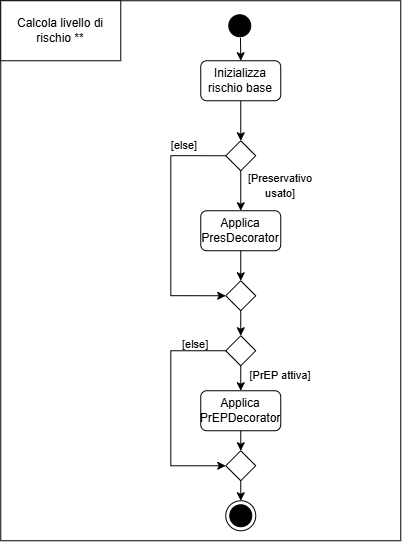
This is deliverables/AD-CalcolaRischio.png from Giulia120/TiRiguarda, a draw.io export, as it was before one commit. Source tidied: cells renumbered, new cells last; positions are measured from the earlier drawing's top-left corner, leaving out a move shared by most shapes. Its diagram source:
```xml
<mxGraphModel>
  <root>
    <mxCell id="0" />
    <mxCell id="1" parent="0" />
    <mxCell id="2" style="edgeStyle=orthogonalEdgeStyle;rounded=0;jettySize=auto;html=1;exitX=0.5;exitY=1;exitDx=0;exitDy=0;entryX=0.5;entryY=0;entryDx=0;entryDy=0;" parent="1" edge="1" source="3" target="6">
      <mxGeometry relative="1" as="geometry" />
    </mxCell>
    <mxCell id="3" value="Inizializza rischio base" style="rounded=1;whiteSpace=wrap;html=1;" parent="1" vertex="1">
      <mxGeometry x="200" y="60" width="80" height="40" as="geometry" />
    </mxCell>
    <mxCell id="4" style="edgeStyle=orthogonalEdgeStyle;rounded=0;jettySize=auto;html=1;exitX=0.5;exitY=1;exitDx=0;exitDy=0;" parent="1" edge="1" source="6" target="8">
      <mxGeometry relative="1" as="geometry" />
    </mxCell>
    <mxCell id="5" style="edgeStyle=orthogonalEdgeStyle;rounded=0;jettySize=auto;html=1;exitX=0;exitY=0.5;exitDx=0;exitDy=0;entryX=0;entryY=0.5;entryDx=0;entryDy=0;" parent="1" edge="1" source="6" target="10">
      <mxGeometry relative="1" as="geometry">
        <Array as="points">
          <mxPoint x="170" y="155" />
          <mxPoint x="170" y="295" />
        </Array>
      </mxGeometry>
    </mxCell>
    <mxCell id="6" style="rhombus;whiteSpace=wrap;html=1;" parent="1" vertex="1">
      <mxGeometry x="225" y="140" width="30" height="30" as="geometry" />
    </mxCell>
    <mxCell id="7" style="edgeStyle=orthogonalEdgeStyle;rounded=0;jettySize=auto;html=1;exitX=0.5;exitY=1;exitDx=0;exitDy=0;entryX=0.5;entryY=0;entryDx=0;entryDy=0;" parent="1" edge="1" source="8" target="10">
      <mxGeometry relative="1" as="geometry" />
    </mxCell>
    <mxCell id="8" value="Applica&lt;div&gt;PresDecorator&lt;/div&gt;" style="rounded=1;whiteSpace=wrap;html=1;" parent="1" vertex="1">
      <mxGeometry x="200" y="210" width="80" height="40" as="geometry" />
    </mxCell>
    <mxCell id="9" style="edgeStyle=orthogonalEdgeStyle;rounded=0;jettySize=auto;html=1;exitX=0.5;exitY=1;exitDx=0;exitDy=0;entryX=0.5;entryY=0;entryDx=0;entryDy=0;" parent="1" edge="1" source="10" target="15">
      <mxGeometry relative="1" as="geometry" />
    </mxCell>
    <mxCell id="10" style="rhombus;whiteSpace=wrap;html=1;" parent="1" vertex="1">
      <mxGeometry x="225" y="280" width="30" height="30" as="geometry" />
    </mxCell>
    <mxCell id="11" style="edgeStyle=orthogonalEdgeStyle;rounded=0;jettySize=auto;html=1;exitX=0.5;exitY=1;exitDx=0;exitDy=0;entryX=0.5;entryY=0;entryDx=0;entryDy=0;" parent="1" edge="1" source="12" target="17">
      <mxGeometry relative="1" as="geometry" />
    </mxCell>
    <mxCell id="12" value="Applica&lt;div&gt;PrEPDecorator&lt;/div&gt;" style="rounded=1;whiteSpace=wrap;html=1;" parent="1" vertex="1">
      <mxGeometry x="200" y="390" width="80" height="40" as="geometry" />
    </mxCell>
    <mxCell id="13" style="edgeStyle=orthogonalEdgeStyle;rounded=0;jettySize=auto;html=1;exitX=0.5;exitY=1;exitDx=0;exitDy=0;entryX=0.5;entryY=0;entryDx=0;entryDy=0;" parent="1" edge="1" source="15" target="12">
      <mxGeometry relative="1" as="geometry" />
    </mxCell>
    <mxCell id="14" style="edgeStyle=orthogonalEdgeStyle;rounded=0;jettySize=auto;html=1;exitX=0;exitY=0.5;exitDx=0;exitDy=0;entryX=0;entryY=0.5;entryDx=0;entryDy=0;" parent="1" edge="1" source="15" target="17">
      <mxGeometry relative="1" as="geometry">
        <Array as="points">
          <mxPoint x="170" y="350" />
          <mxPoint x="170" y="465" />
        </Array>
      </mxGeometry>
    </mxCell>
    <mxCell id="15" style="rhombus;whiteSpace=wrap;html=1;" parent="1" vertex="1">
      <mxGeometry x="225" y="335" width="30" height="30" as="geometry" />
    </mxCell>
    <mxCell id="16" style="edgeStyle=orthogonalEdgeStyle;rounded=0;jettySize=auto;html=1;exitX=0.5;exitY=1;exitDx=0;exitDy=0;entryX=0.5;entryY=0;entryDx=0;entryDy=0;" parent="1" edge="1" source="17" target="18">
      <mxGeometry relative="1" as="geometry" />
    </mxCell>
    <mxCell id="17" style="rhombus;whiteSpace=wrap;html=1;" parent="1" vertex="1">
      <mxGeometry x="225" y="450" width="30" height="30" as="geometry" />
    </mxCell>
    <mxCell id="18" style="ellipse;html=1;shape=endState;fillColor=#000000;strokeColor=#000000;" parent="1" vertex="1">
      <mxGeometry x="225" y="500" width="30" height="30" as="geometry" />
    </mxCell>
    <mxCell id="19" style="ellipse;html=1;shape=startState;fillColor=#000000;strokeColor=#110000;" parent="1" vertex="1">
      <mxGeometry x="224" y="10" width="30" height="30" as="geometry" />
    </mxCell>
    <mxCell id="20" style="endArrow=classic;html=1;rounded=0;entryX=0.5;entryY=0;entryDx=0;entryDy=0;" parent="1" edge="1" target="3">
      <mxGeometry relative="1" as="geometry">
        <mxPoint x="239.7" y="37.1" as="sourcePoint" />
      </mxGeometry>
    </mxCell>
    <mxCell id="21" value="&lt;font style=&quot;font-size: 11px;&quot;&gt;[Preservativo usato]&lt;/font&gt;" style="text;html=1;whiteSpace=wrap;strokeColor=none;fillColor=none;align=center;verticalAlign=middle;rounded=0;" parent="1" vertex="1">
      <mxGeometry x="240" y="170" width="80" height="30" as="geometry" />
    </mxCell>
    <mxCell id="22" value="&lt;span style=&quot;font-size: 11px;&quot;&gt;[else]&lt;/span&gt;" style="text;html=1;whiteSpace=wrap;strokeColor=none;fillColor=none;align=center;verticalAlign=middle;rounded=0;" parent="1" vertex="1">
      <mxGeometry x="144" y="130" width="80" height="30" as="geometry" />
    </mxCell>
    <mxCell id="23" value="&lt;font style=&quot;font-size: 11px;&quot;&gt;[PrEP attiva]&lt;/font&gt;" style="text;html=1;whiteSpace=wrap;strokeColor=none;fillColor=none;align=center;verticalAlign=middle;rounded=0;" parent="1" vertex="1">
      <mxGeometry x="240" y="360" width="80" height="30" as="geometry" />
    </mxCell>
    <mxCell id="24" value="&lt;div style=&quot;text-align: center;&quot;&gt;&lt;span style=&quot;background-color: transparent; color: light-dark(rgb(0, 0, 0), rgb(255, 255, 255)); font-size: 11px;&quot;&gt;[else]&lt;/span&gt;&lt;/div&gt;" style="text;whiteSpace=wrap;html=1;" parent="1" vertex="1">
      <mxGeometry x="180" y="330" width="30" height="30" as="geometry" />
    </mxCell>
    <mxCell id="25" style="rounded=0;whiteSpace=wrap;html=1;fillColor=none;" parent="1" vertex="1">
      <mxGeometry width="400" height="540" as="geometry" />
    </mxCell>
    <mxCell id="26" value="Calcola livello di rischio **" style="rounded=0;whiteSpace=wrap;html=1;" parent="1" vertex="1">
      <mxGeometry width="120" height="60" as="geometry" />
    </mxCell>
  </root>
</mxGraphModel>
```
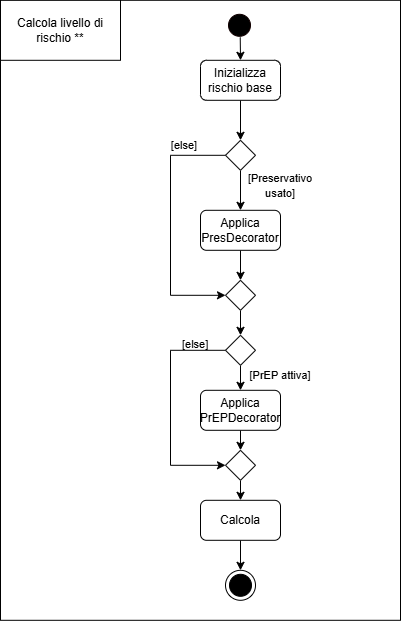
The same file after the commit.

What changed in the source:
```diff
@@ -2,6 +2,9 @@
   <root>
     <mxCell id="0" />
     <mxCell id="1" parent="0" />
+    <mxCell id="25" style="rounded=0;whiteSpace=wrap;html=1;fillColor=none;" parent="1" vertex="1">
+      <mxGeometry width="400" height="620" as="geometry" />
+    </mxCell>
     <mxCell id="2" style="edgeStyle=orthogonalEdgeStyle;rounded=0;jettySize=auto;html=1;exitX=0.5;exitY=1;exitDx=0;exitDy=0;entryX=0.5;entryY=0;entryDx=0;entryDy=0;" parent="1" edge="1" source="3" target="6">
       <mxGeometry relative="1" as="geometry" />
     </mxCell>
@@ -54,14 +57,19 @@
     <mxCell id="15" style="rhombus;whiteSpace=wrap;html=1;" parent="1" vertex="1">
       <mxGeometry x="225" y="335" width="30" height="30" as="geometry" />
     </mxCell>
-    <mxCell id="16" style="edgeStyle=orthogonalEdgeStyle;rounded=0;jettySize=auto;html=1;exitX=0.5;exitY=1;exitDx=0;exitDy=0;entryX=0.5;entryY=0;entryDx=0;entryDy=0;" parent="1" edge="1" source="17" target="18">
-      <mxGeometry relative="1" as="geometry" />
+    <mxCell id="16" style="edgeStyle=orthogonalEdgeStyle;rounded=0;jettySize=auto;html=1;entryX=0.5;entryY=0;entryDx=0;entryDy=0;" parent="1" edge="1" target="18">
+      <mxGeometry relative="1" as="geometry">
+        <mxPoint x="240" y="540" as="sourcePoint" />
+      </mxGeometry>
     </mxCell>
+    <mxCell id="27" style="edgeStyle=orthogonalEdgeStyle;rounded=0;jettySize=auto;html=1;exitX=0.5;exitY=1;exitDx=0;exitDy=0;entryX=0.5;entryY=0;entryDx=0;entryDy=0;" parent="1" edge="1" source="17" target="28">
+      <mxGeometry relative="1" as="geometry" />
+    </mxCell>
     <mxCell id="17" style="rhombus;whiteSpace=wrap;html=1;" parent="1" vertex="1">
       <mxGeometry x="225" y="450" width="30" height="30" as="geometry" />
     </mxCell>
     <mxCell id="18" style="ellipse;html=1;shape=endState;fillColor=#000000;strokeColor=#000000;" parent="1" vertex="1">
-      <mxGeometry x="225" y="500" width="30" height="30" as="geometry" />
+      <mxGeometry x="225" y="570" width="30" height="30" as="geometry" />
     </mxCell>
     <mxCell id="19" style="ellipse;html=1;shape=startState;fillColor=#000000;strokeColor=#110000;" parent="1" vertex="1">
       <mxGeometry x="224" y="10" width="30" height="30" as="geometry" />
@@ -83,11 +91,11 @@
     <mxCell id="24" value="&lt;div style=&quot;text-align: center;&quot;&gt;&lt;span style=&quot;background-color: transparent; color: light-dark(rgb(0, 0, 0), rgb(255, 255, 255)); font-size: 11px;&quot;&gt;[else]&lt;/span&gt;&lt;/div&gt;" style="text;whiteSpace=wrap;html=1;" parent="1" vertex="1">
       <mxGeometry x="180" y="330" width="30" height="30" as="geometry" />
     </mxCell>
-    <mxCell id="25" style="rounded=0;whiteSpace=wrap;html=1;fillColor=none;" parent="1" vertex="1">
-      <mxGeometry width="400" height="540" as="geometry" />
-    </mxCell>
     <mxCell id="26" value="Calcola livello di rischio **" style="rounded=0;whiteSpace=wrap;html=1;" parent="1" vertex="1">
       <mxGeometry width="120" height="60" as="geometry" />
     </mxCell>
+    <mxCell id="28" value="Calcola" style="rounded=1;whiteSpace=wrap;html=1;" parent="1" vertex="1">
+      <mxGeometry x="200" y="500" width="80" height="40" as="geometry" />
+    </mxCell>
   </root>
 </mxGraphModel>
```
